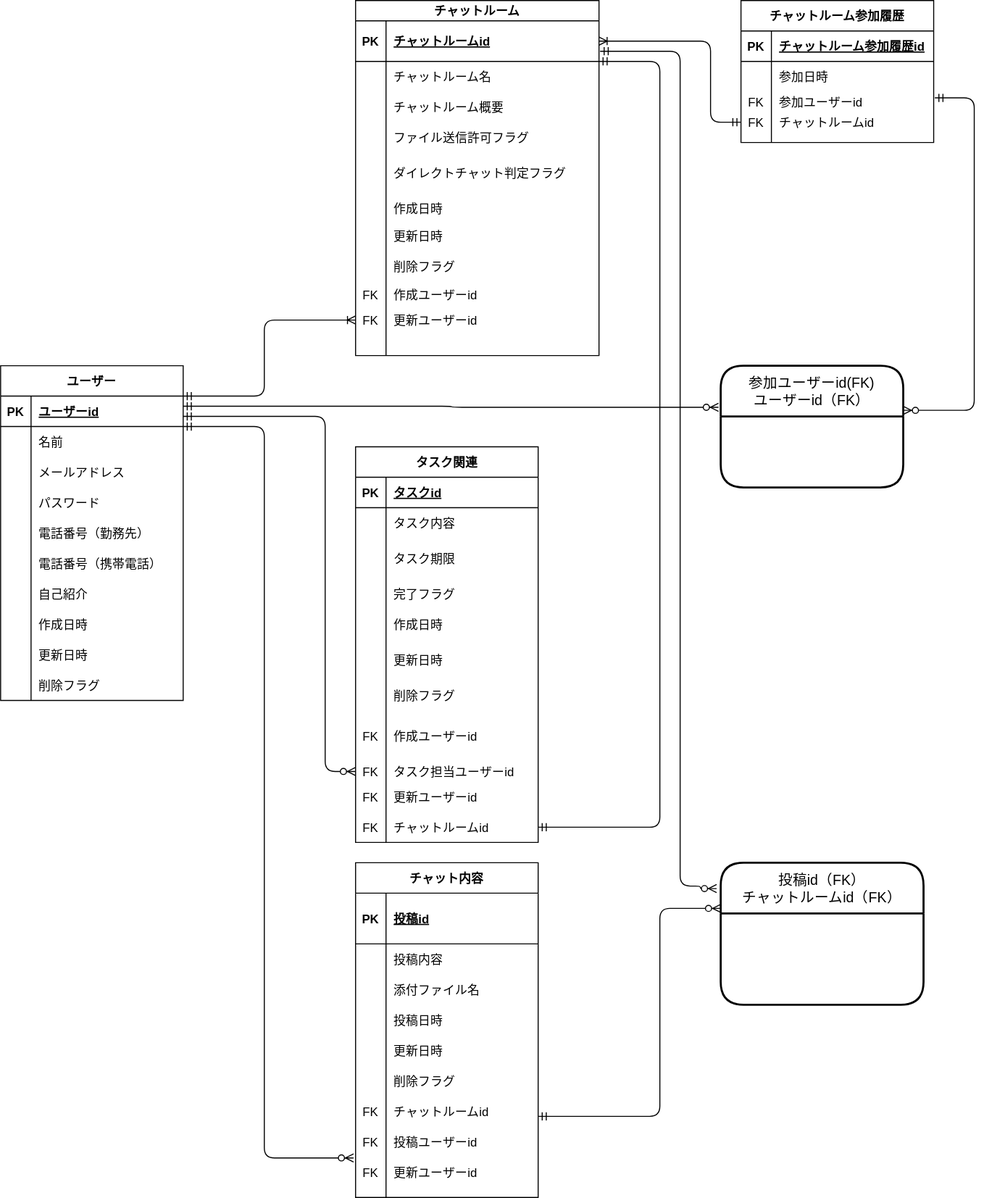
giyana/codegym-db keeps this draw.io diagram as db/db-challenge1/ERDiagram.drawio.svg. Above is the earlier version. Source tidied: cells renumbered, new cells last; positions are measured from the earlier drawing's top-left corner, leaving out a move shared by most shapes.
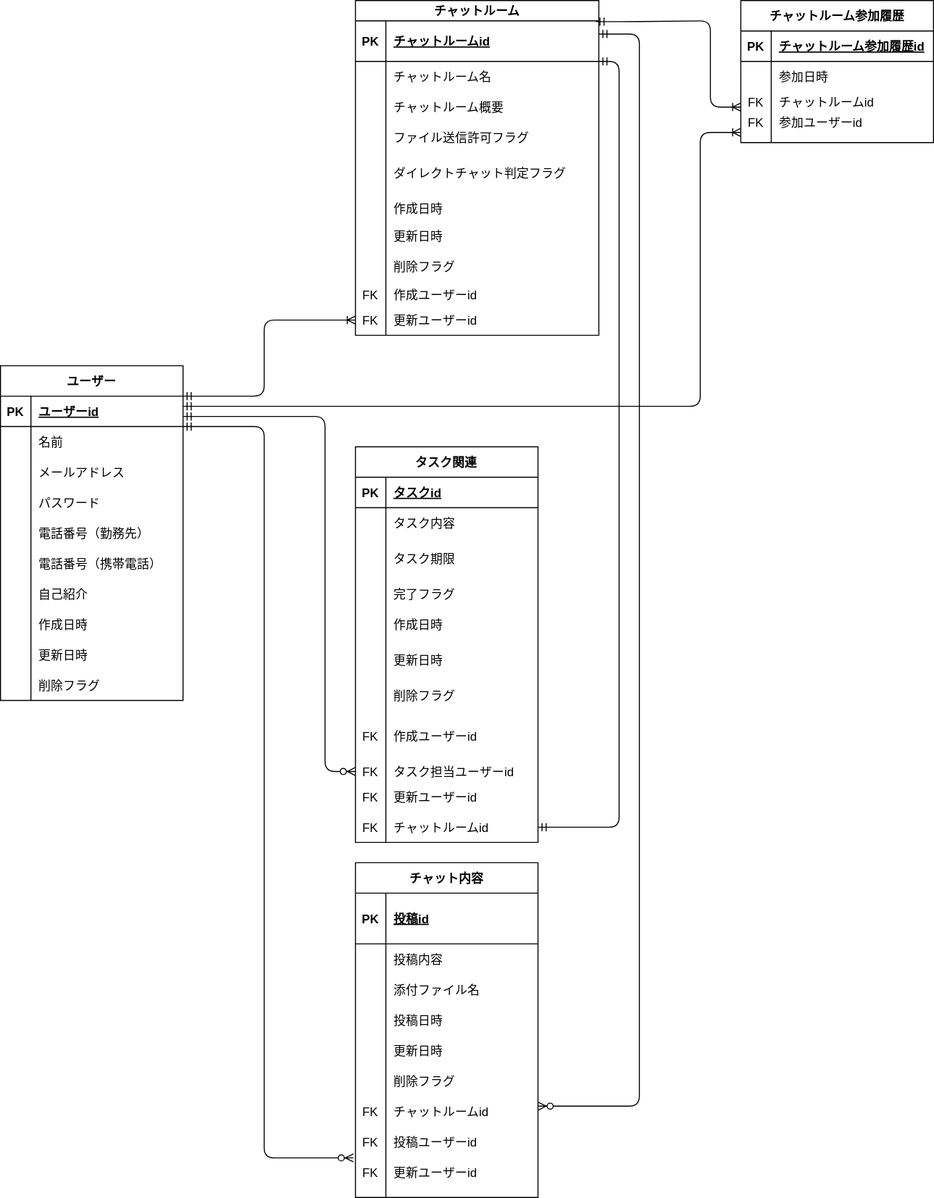
The same diagram one commit later.

Commit message:
[fix]多重度、中間テーブル修正

Diff of the diagram source:
```diff
@@ -282,7 +282,7 @@
       <mxGeometry x="30" width="150" height="30" as="geometry" />
     </mxCell>
     <mxCell id="95" value="チャットルーム" style="shape=table;startSize=20;rowLines=0;fontStyle=1;align=center;rounded=0;sketch=0;" parent="1" vertex="1">
-      <mxGeometry x="350" width="240" height="350" as="geometry" />
+      <mxGeometry x="350" width="240" height="330" as="geometry" />
     </mxCell>
     <mxCell id="96" style="shape=partialRectangle;fillColor=none;top=0;left=0;bottom=1;right=0;points=[[0,0.5],[1,0.5]];portConstraint=eastwest;" parent="95" vertex="1">
       <mxGeometry y="20" width="240" height="40" as="geometry" />
@@ -395,8 +395,17 @@
     <mxCell id="132" value="参加日時" style="shape=partialRectangle;fillColor=none;top=0;left=0;bottom=0;right=0;align=left;spacingLeft=6;overflow=hidden;" parent="130" vertex="1">
       <mxGeometry x="30" width="160" height="30" as="geometry" />
     </mxCell>
+    <mxCell id="136" style="shape=partialRectangle;fillColor=none;top=0;left=0;bottom=0;right=0;points=[[0,0.5],[1,0.5]];portConstraint=eastwest;" parent="126" vertex="1">
+      <mxGeometry y="90" width="190" height="20" as="geometry" />
+    </mxCell>
+    <mxCell id="137" value="FK" style="shape=partialRectangle;fillColor=none;top=0;left=0;bottom=0;right=0;overflow=hidden;" parent="136" vertex="1">
+      <mxGeometry width="30" height="20" as="geometry" />
+    </mxCell>
+    <mxCell id="138" value="チャットルームid" style="shape=partialRectangle;fillColor=none;top=0;left=0;bottom=0;right=0;align=left;spacingLeft=6;overflow=hidden;" parent="136" vertex="1">
+      <mxGeometry x="30" width="160" height="20" as="geometry" />
+    </mxCell>
     <mxCell id="133" style="shape=partialRectangle;fillColor=none;top=0;left=0;bottom=0;right=0;points=[[0,0.5],[1,0.5]];portConstraint=eastwest;" parent="126" vertex="1">
-      <mxGeometry y="90" width="190" height="20" as="geometry" />
+      <mxGeometry y="110" width="190" height="20" as="geometry" />
     </mxCell>
     <mxCell id="134" value="FK" style="shape=partialRectangle;fillColor=none;top=0;left=0;bottom=0;right=0;overflow=hidden;" parent="133" vertex="1">
       <mxGeometry width="30" height="20" as="geometry" />
@@ -404,15 +413,6 @@
     <mxCell id="135" value="参加ユーザーid" style="shape=partialRectangle;fillColor=none;top=0;left=0;bottom=0;right=0;align=left;spacingLeft=6;overflow=hidden;" parent="133" vertex="1">
       <mxGeometry x="30" width="160" height="20" as="geometry" />
     </mxCell>
-    <mxCell id="136" style="shape=partialRectangle;fillColor=none;top=0;left=0;bottom=0;right=0;points=[[0,0.5],[1,0.5]];portConstraint=eastwest;" parent="126" vertex="1">
-      <mxGeometry y="110" width="190" height="20" as="geometry" />
-    </mxCell>
-    <mxCell id="137" value="FK" style="shape=partialRectangle;fillColor=none;top=0;left=0;bottom=0;right=0;overflow=hidden;" parent="136" vertex="1">
-      <mxGeometry width="30" height="20" as="geometry" />
-    </mxCell>
-    <mxCell id="138" value="チャットルームid" style="shape=partialRectangle;fillColor=none;top=0;left=0;bottom=0;right=0;align=left;spacingLeft=6;overflow=hidden;" parent="136" vertex="1">
-      <mxGeometry x="30" width="160" height="20" as="geometry" />
-    </mxCell>
     <mxCell id="139" style="edgeStyle=orthogonalEdgeStyle;fontSize=12;html=1;endArrow=ERzeroToMany;startArrow=ERmandOne;entryX=0;entryY=0.5;entryDx=0;entryDy=0;" parent="1" edge="1" target="86">
       <mxGeometry relative="1" as="geometry">
         <mxPoint x="180" y="410" as="sourcePoint" />
@@ -435,8 +435,8 @@
       <mxGeometry relative="1" as="geometry">
         <mxPoint x="590" y="60" as="sourcePoint" />
         <Array as="points">
-          <mxPoint x="650" y="60" />
-          <mxPoint x="650" y="815" />
+          <mxPoint x="610" y="60" />
+          <mxPoint x="610" y="815" />
         </Array>
       </mxGeometry>
     </mxCell>
@@ -449,54 +449,35 @@
         </Array>
       </mxGeometry>
     </mxCell>
+    <mxCell id="150" style="edgeStyle=orthogonalEdgeStyle;fontSize=12;html=1;endArrow=ERoneToMany;startArrow=ERmandOne;" parent="1" edge="1">
+      <mxGeometry relative="1" as="geometry">
+        <mxPoint x="180" y="400" as="sourcePoint" />
+        <mxPoint x="730" y="130" as="targetPoint" />
+        <Array as="points">
+          <mxPoint x="690" y="400" />
+          <mxPoint x="690" y="130" />
+          <mxPoint x="730" y="130" />
+        </Array>
+      </mxGeometry>
+    </mxCell>
-    <mxCell id="143" style="edgeStyle=orthogonalEdgeStyle;fontSize=12;html=1;endArrow=ERoneToMany;startArrow=ERmandOne;entryX=1;entryY=0.5;entryDx=0;entryDy=0;exitX=0;exitY=0.5;exitDx=0;exitDy=0;" parent="1" edge="1" source="136" target="96">
+    <mxCell id="143" style="edgeStyle=orthogonalEdgeStyle;fontSize=12;html=1;endArrow=ERoneToMany;startArrow=ERmandOne;exitX=0.988;exitY=0.02;exitDx=0;exitDy=0;entryX=0;entryY=0.75;entryDx=0;entryDy=0;exitPerimeter=0;" parent="1" edge="1" source="96" target="126">
       <mxGeometry relative="1" as="geometry">
         <Array as="points">
-          <mxPoint x="700" y="120" />
-          <mxPoint x="700" y="40" />
+          <mxPoint x="620" y="21" />
+          <mxPoint x="700" y="20" />
+          <mxPoint x="700" y="105" />
         </Array>
       </mxGeometry>
     </mxCell>
-    <mxCell id="144" value="参加ユーザーid(FK)&#10;ユーザーid（FK）" style="swimlane;horizontal=1;startSize=50;rounded=1;fontSize=14;fontStyle=0;strokeWidth=2;shadow=0;dashed=0;align=center;" parent="1" vertex="1">
-      <mxGeometry x="710" y="360" width="180" height="120" as="geometry" />
-    </mxCell>
-    <mxCell id="145" style="edgeStyle=orthogonalEdgeStyle;fontSize=12;html=1;endArrow=ERzeroToMany;startArrow=ERmandOne;entryX=-0.012;entryY=0.342;entryDx=0;entryDy=0;entryPerimeter=0;" parent="1" edge="1" target="144">
-      <mxGeometry relative="1" as="geometry">
-        <mxPoint x="180" y="400" as="sourcePoint" />
-      </mxGeometry>
-    </mxCell>
-    <mxCell id="146" style="edgeStyle=orthogonalEdgeStyle;fontSize=12;html=1;endArrow=ERzeroToMany;startArrow=ERmandOne;exitX=1.006;exitY=0.3;exitDx=0;exitDy=0;exitPerimeter=0;" parent="1" edge="1" source="133">
-      <mxGeometry relative="1" as="geometry">
-        <mxPoint x="890" y="404" as="targetPoint" />
-        <Array as="points">
-          <mxPoint x="960" y="96" />
-          <mxPoint x="960" y="404" />
-        </Array>
-      </mxGeometry>
-    </mxCell>
-    <mxCell id="147" value="投稿id（FK）&#10;チャットルームid（FK）" style="swimlane;horizontal=1;startSize=50;rounded=1;fontSize=14;fontStyle=0;strokeWidth=2;shadow=0;dashed=0;align=center;" parent="1" vertex="1">
-      <mxGeometry x="710" y="850" width="200" height="140" as="geometry" />
-    </mxCell>
-    <mxCell id="148" style="edgeStyle=orthogonalEdgeStyle;fontSize=12;html=1;endArrow=ERzeroToMany;startArrow=ERmandOne;exitX=1.006;exitY=0.3;exitDx=0;exitDy=0;exitPerimeter=0;entryX=-0.02;entryY=0.182;entryDx=0;entryDy=0;entryPerimeter=0;" parent="1" edge="1" target="147">
-      <mxGeometry relative="1" as="geometry">
-        <mxPoint x="591.1" y="50" as="sourcePoint" />
-        <Array as="points">
-          <mxPoint x="670" y="50" />
-          <mxPoint x="670" y="873" />
-          <mxPoint x="690" y="873" />
-          <mxPoint x="690" y="876" />
-        </Array>
-      </mxGeometry>
-    </mxCell>
-    <mxCell id="149" style="edgeStyle=orthogonalEdgeStyle;fontSize=12;html=1;endArrow=ERzeroToMany;startArrow=ERmandOne;exitX=1.006;exitY=0.3;exitDx=0;exitDy=0;exitPerimeter=0;" parent="1" edge="1">
-      <mxGeometry relative="1" as="geometry">
-        <mxPoint x="530" y="1100" as="sourcePoint" />
-        <mxPoint x="710" y="895" as="targetPoint" />
-        <Array as="points">
-          <mxPoint x="650" y="1100" />
-          <mxPoint x="650" y="895" />
-        </Array>
-      </mxGeometry>
-    </mxCell>
+    <mxCell id="151" style="edgeStyle=orthogonalEdgeStyle;fontSize=12;html=1;endArrow=ERzeroToMany;startArrow=ERmandOne;" parent="1" edge="1">
+      <mxGeometry relative="1" as="geometry">
+        <mxPoint x="590" y="33" as="sourcePoint" />
+        <mxPoint x="530" y="1090" as="targetPoint" />
+        <Array as="points">
+          <mxPoint x="630" y="33" />
+          <mxPoint x="630" y="1090" />
+        </Array>
+      </mxGeometry>
+    </mxCell>
   </root>
 </mxGraphModel>
```
